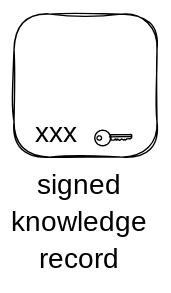
tkuhn/knowledge-space keeps this Excalidraw diagram as images/signed.svg. Above is the earlier version. Source tidied: one line per element, renumbered; positions are measured from the earlier drawing's top-left corner, leaving out a move shared by most shapes. The source it was exported from:
```json
{"id": 0, "type": "rectangle", "strokeColor": "#000000", "backgroundColor": "#ffffff", "fillStyle": "solid", "strokeWidth": 1, "roughness": 1, "x": 0, "y": 0, "width": 102, "height": 102}
{"id": 1, "type": "text", "text": "xxx", "strokeColor": "#000000", "backgroundColor": "#ffffff", "fillStyle": "hachure", "strokeWidth": 1, "roughness": 1, "fontSize": 20, "fontFamily": 1, "x": 15, "y": 74, "width": 35, "height": 26}
{"id": 2, "type": "ellipse", "strokeColor": "#000000", "strokeWidth": 1, "roughness": 0, "x": 58, "y": 83, "width": 11, "height": 11}
{"id": 3, "type": "ellipse", "strokeColor": "#000000", "strokeWidth": 1, "roughness": 0, "x": 59, "y": 87, "width": 3, "height": 3}
{"id": 4, "type": "line", "strokeColor": "#000000", "strokeWidth": 1, "roughness": 0, "x": 69, "y": 86, "width": 15, "height": 4, "points": [[0, 0], [14, 0], [15, 0], [15, 2], [14, 3], [12, 3], [11, 4], [10, 3], [10, 4], [8, 3], [6, 4], [5, 3], [5, 4], [4, 3], [4, 4], [3, 3], [3, 4], [1, 4], [0, 0]]}
{"id": 5, "type": "line", "strokeColor": "#000000", "backgroundColor": "#000000", "fillStyle": "solid", "strokeWidth": 1, "roughness": 0, "x": 68, "y": 88, "width": 16, "height": 0, "points": [[0, 0], [16, 0]]}
{"id": 6, "type": "text", "text": "signed\nknowledge\nrecord", "strokeColor": "#000000", "backgroundColor": "#ffffff", "fillStyle": "hachure", "strokeWidth": 1, "roughness": 1, "fontSize": 20, "fontFamily": 1, "textAlign": "center", "x": 1, "y": 110, "width": 91, "height": 79}
```
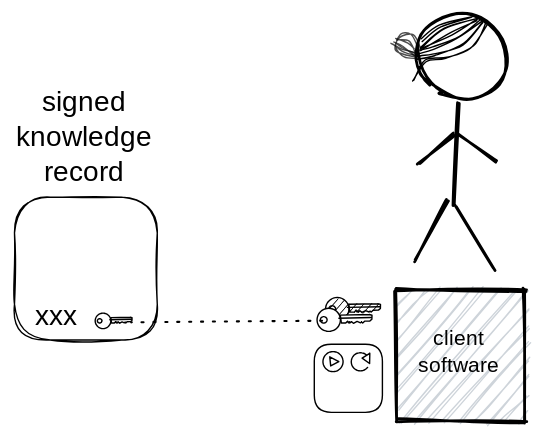
Above is the later version.

The edit, as a diff of the source:
```diff
@@ -1,7 +1,40 @@
-{"id": 0, "type": "rectangle", "strokeColor": "#000000", "backgroundColor": "#ffffff", "fillStyle": "solid", "strokeWidth": 1, "roughness": 1, "x": 0, "y": 0, "width": 102, "height": 102}
+{"id": 7, "type": "ellipse", "strokeColor": "#000000", "angle": 3.54, "strokeWidth": 2, "roughness": 1, "x": 1567, "y": -519, "width": 65, "height": 60}
+{"id": 8, "type": "line", "strokeColor": "#000000", "backgroundColor": "#ced4da", "fillStyle": "solid", "strokeWidth": 2, "roughness": 1, "x": 1597, "y": -456, "width": 3, "height": 73, "points": [[0, 0], [-3, 73]]}
+{"id": 9, "type": "line", "strokeColor": "#000000", "backgroundColor": "#ced4da", "fillStyle": "solid", "strokeWidth": 2, "roughness": 1, "x": 1595, "y": -381, "width": 29, "height": 45, "points": [[0, 0], [29, 45]]}
+{"id": 10, "type": "line", "strokeColor": "#000000", "backgroundColor": "#ced4da", "fillStyle": "solid", "strokeWidth": 2, "roughness": 1, "x": 1590, "y": -385, "width": 25, "height": 41, "points": [[0, 0], [-25, 41]]}
+{"id": 11, "type": "line", "strokeColor": "#000000", "backgroundColor": "#ced4da", "fillStyle": "solid", "strokeWidth": 2, "roughness": 1, "x": 1568, "y": -413, "width": 26, "height": 20, "points": [[0, 0], [26, -20]]}
+{"id": 12, "type": "line", "strokeColor": "#000000", "backgroundColor": "#ced4da", "fillStyle": "solid", "strokeWidth": 2, "roughness": 1, "x": 1597, "y": -433, "width": 27, "height": 19, "points": [[0, 0], [27, 19]]}
+{"id": 13, "type": "line", "strokeColor": "#000000", "strokeWidth": 1, "roughness": 1, "x": 1618, "y": -513, "width": 54, "height": 41, "points": [[0, 0], [-11, 18], [-29, 26], [-46, 27], [-54, 41]]}
+{"id": 14, "type": "line", "strokeColor": "#000000", "strokeWidth": 1, "roughness": 1, "x": 1615, "y": -514, "width": 48, "height": 26, "points": [[0, 0], [-15, 16], [-34, 24], [-48, 26]]}
+{"id": 15, "type": "line", "strokeColor": "#000000", "strokeWidth": 1, "roughness": 1, "x": 1612, "y": -517, "width": 42, "height": 21, "points": [[0, 0], [-24, 9], [-42, 21]]}
+{"id": 16, "type": "line", "strokeColor": "#000000", "strokeWidth": 1, "roughness": 1, "x": 1614, "y": -514, "width": 45, "height": 23, "points": [[0, 0], [-17, 12], [-35, 19], [-45, 23]]}
+{"id": 17, "type": "line", "strokeColor": "#000000", "strokeWidth": 1, "roughness": 1, "x": 1612, "y": -515, "width": 43, "height": 21, "points": [[0, 0], [-20, 11], [-43, 21]]}
+{"id": 18, "type": "line", "strokeColor": "#000000", "strokeWidth": 1, "roughness": 1, "x": 1607, "y": -518, "width": 37, "height": 18, "points": [[0, 0], [-23, 7], [-37, 18]]}
+{"id": 19, "type": "line", "strokeColor": "#000000", "strokeWidth": 1, "roughness": 1, "opacity": 70, "x": 1567, "y": -488, "width": 18, "height": 16, "points": [[0, 0], [-10, -1], [-15, -8], [-13, -15], [-2, -16], [2, -7]]}
+{"id": 20, "type": "line", "strokeColor": "#000000", "strokeWidth": 1, "roughness": 1, "opacity": 70, "x": 1550, "y": -499, "width": 17, "height": 9, "points": [[0, 0], [7, 6], [17, 9]]}
+{"id": 21, "type": "line", "strokeColor": "#000000", "strokeWidth": 1, "roughness": 1, "opacity": 70, "x": 1552, "y": -501, "width": 13, "height": 8, "points": [[0, 0], [9, 1], [13, 8]]}
+{"id": 22, "type": "line", "strokeColor": "#000000", "strokeWidth": 1, "roughness": 1, "opacity": 70, "x": 1552, "y": -499, "width": 13, "height": 8, "points": [[0, 0], [6, 4], [13, 8]]}
+{"id": 23, "type": "rectangle", "strokeColor": "#000000", "backgroundColor": "#ffffff", "fillStyle": "solid", "strokeWidth": 1, "roughness": 0, "x": 1494, "y": -283, "width": 49, "height": 49}
+{"id": 24, "type": "ellipse", "strokeColor": "#000000", "backgroundColor": "#fff", "fillStyle": "solid", "strokeWidth": 1, "roughness": 0, "x": 1500, "y": -278, "width": 14, "height": 14}
+{"id": 25, "type": "line", "strokeColor": "#000000", "backgroundColor": "#fff", "fillStyle": "solid", "strokeWidth": 1, "roughness": 0, "x": 1505, "y": -274, "width": 6, "height": 6, "points": [[0, 0], [1, 6], [6, 3], [0, 0]]}
+{"id": 26, "type": "ellipse", "strokeColor": "#000000", "strokeWidth": 1, "roughness": 0, "x": 1520, "y": -277, "width": 13, "height": 13}
+{"id": 27, "type": "ellipse", "strokeColor": "transparent", "backgroundColor": "#ffffff", "fillStyle": "solid", "strokeWidth": 1, "roughness": 0, "x": 1530, "y": -274, "width": 8, "height": 8}
+{"id": 28, "type": "line", "strokeColor": "#000000", "angle": 1.11, "backgroundColor": "#fff", "fillStyle": "solid", "strokeWidth": 1, "roughness": 0, "x": 1529, "y": -275, "width": 6, "height": 6, "points": [[0, 0], [1, 6], [6, 3], [0, 0]]}
+{"id": 29, "type": "rectangle", "strokeColor": "#000000", "backgroundColor": "#ced4da", "fillStyle": "hachure", "strokeWidth": 2, "roughness": 1, "x": 1553, "y": -322, "width": 92, "height": 94}
+{"id": 30, "type": "text", "text": "client\nsoftware", "strokeColor": "#000000", "backgroundColor": "#ced4da", "fillStyle": "hachure", "strokeWidth": 2, "roughness": 1, "fontSize": 15.0, "fontFamily": 1, "textAlign": "center", "verticalAlign": "middle", "x": 1564, "y": -297, "width": 66, "height": 40}
+{"id": 31, "type": "ellipse", "strokeColor": "#000000", "backgroundColor": "#000000", "fillStyle": "hachure", "strokeWidth": 1, "roughness": 0, "x": 1502, "y": -316, "width": 17, "height": 16}
+{"id": 32, "type": "ellipse", "strokeColor": "#000000", "backgroundColor": "#000000", "fillStyle": "hachure", "strokeWidth": 1, "roughness": 0, "x": 1504, "y": -311, "width": 5, "height": 5}
+{"id": 33, "type": "line", "strokeColor": "#000000", "backgroundColor": "#000000", "fillStyle": "hachure", "strokeWidth": 1, "roughness": 0, "x": 1519, "y": -312, "width": 23, "height": 6, "points": [[0, 0], [21, 0], [23, 0], [23, 3], [21, 4], [17, 4], [16, 6], [15, 5], [14, 6], [12, 5], [9, 6], [8, 5], [7, 6], [7, 5], [6, 6], [5, 4], [4, 6], [1, 6], [0, 0]]}
+{"id": 34, "type": "line", "strokeColor": "#000000", "backgroundColor": "#000000", "fillStyle": "hachure", "strokeWidth": 1, "roughness": 0, "x": 1518, "y": -309, "width": 23, "height": 0, "points": [[0, 0], [23, 0]]}
+{"id": 35, "type": "ellipse", "strokeColor": "#000000", "backgroundColor": "#fff", "fillStyle": "solid", "strokeWidth": 1, "roughness": 0, "x": 1496, "y": -309, "width": 17, "height": 16}
+{"id": 36, "type": "ellipse", "strokeColor": "#000000", "backgroundColor": "#fff", "fillStyle": "solid", "strokeWidth": 1, "roughness": 0, "x": 1498, "y": -303, "width": 5, "height": 5}
+{"id": 37, "type": "line", "strokeColor": "#000000", "backgroundColor": "#fff", "fillStyle": "solid", "strokeWidth": 1, "roughness": 0, "x": 1513, "y": -304, "width": 23, "height": 6, "points": [[0, 0], [21, 0], [23, 0], [23, 3], [21, 4], [17, 4], [16, 6], [15, 5], [14, 6], [12, 5], [9, 6], [8, 5], [7, 6], [7, 5], [6, 6], [5, 4], [4, 6], [1, 6], [0, 0]]}
+{"id": 38, "type": "line", "strokeColor": "#000000", "backgroundColor": "#fff", "fillStyle": "solid", "strokeWidth": 1, "roughness": 0, "x": 1512, "y": -302, "width": 23, "height": 0, "points": [[0, 0], [23, 0]]}
+{"id": 39, "type": "rectangle", "strokeColor": "#000000", "backgroundColor": "#ffffff", "fillStyle": "solid", "strokeWidth": 1, "roughness": 1, "x": 1280, "y": -388, "width": 102, "height": 102}
-{"id": 1, "type": "text", "text": "xxx", "strokeColor": "#000000", "backgroundColor": "#ffffff", "fillStyle": "hachure", "strokeWidth": 1, "roughness": 1, "fontSize": 20, "fontFamily": 1, "x": 15, "y": 74, "width": 35, "height": 26}
+{"id": 1, "type": "text", "text": "xxx", "strokeColor": "#000000", "backgroundColor": "#ffffff", "fillStyle": "hachure", "strokeWidth": 1, "roughness": 1, "fontSize": 20, "fontFamily": 1, "x": 1294, "y": -315, "width": 35, "height": 26}
-{"id": 2, "type": "ellipse", "strokeColor": "#000000", "strokeWidth": 1, "roughness": 0, "x": 58, "y": 83, "width": 11, "height": 11}
-{"id": 3, "type": "ellipse", "strokeColor": "#000000", "strokeWidth": 1, "roughness": 0, "x": 59, "y": 87, "width": 3, "height": 3}
-{"id": 4, "type": "line", "strokeColor": "#000000", "strokeWidth": 1, "roughness": 0, "x": 69, "y": 86, "width": 15, "height": 4, "points": [[0, 0], [14, 0], [15, 0], [15, 2], [14, 3], [12, 3], [11, 4], [10, 3], [10, 4], [8, 3], [6, 4], [5, 3], [5, 4], [4, 3], [4, 4], [3, 3], [3, 4], [1, 4], [0, 0]]}
-{"id": 5, "type": "line", "strokeColor": "#000000", "backgroundColor": "#000000", "fillStyle": "solid", "strokeWidth": 1, "roughness": 0, "x": 68, "y": 88, "width": 16, "height": 0, "points": [[0, 0], [16, 0]]}
+{"id": 40, "type": "ellipse", "strokeColor": "#000000", "strokeWidth": 1, "roughness": 0, "x": 1337, "y": -305, "width": 11, "height": 11}
+{"id": 41, "type": "ellipse", "strokeColor": "#000000", "strokeWidth": 1, "roughness": 0, "x": 1339, "y": -301, "width": 3, "height": 3}
+{"id": 42, "type": "line", "strokeColor": "#000000", "strokeWidth": 1, "roughness": 0, "x": 1348, "y": -302, "width": 15, "height": 4, "points": [[0, 0], [14, 0], [15, 0], [15, 2], [14, 3], [12, 3], [11, 4], [10, 3], [10, 4], [8, 3], [6, 4], [5, 3], [5, 4], [4, 3], [4, 4], [3, 3], [3, 4], [1, 4], [0, 0]]}
+{"id": 43, "type": "line", "strokeColor": "#000000", "backgroundColor": "#000000", "fillStyle": "solid", "strokeWidth": 1, "roughness": 0, "x": 1348, "y": -301, "width": 16, "height": 0, "points": [[0, 0], [16, 0]]}
-{"id": 6, "type": "text", "text": "signed\nknowledge\nrecord", "strokeColor": "#000000", "backgroundColor": "#ffffff", "fillStyle": "hachure", "strokeWidth": 1, "roughness": 1, "fontSize": 20, "fontFamily": 1, "textAlign": "center", "x": 1, "y": 110, "width": 91, "height": 79}
+{"id": 6, "type": "text", "text": "signed\nknowledge\nrecord", "strokeColor": "#000000", "backgroundColor": "#ffffff", "fillStyle": "hachure", "strokeWidth": 1, "roughness": 1, "fontSize": 20, "fontFamily": 1, "textAlign": "center", "x": 1284, "y": -468, "width": 91, "height": 76}
+{"id": 44, "type": "arrow", "strokeColor": "#000000", "strokeWidth": 1, "strokeStyle": "dotted", "roughness": 1, "from": 36, "to": 40, "x": 1498, "y": -300, "width": 134, "height": 2, "points": [[0, 0], [-134, 2]]}
```
